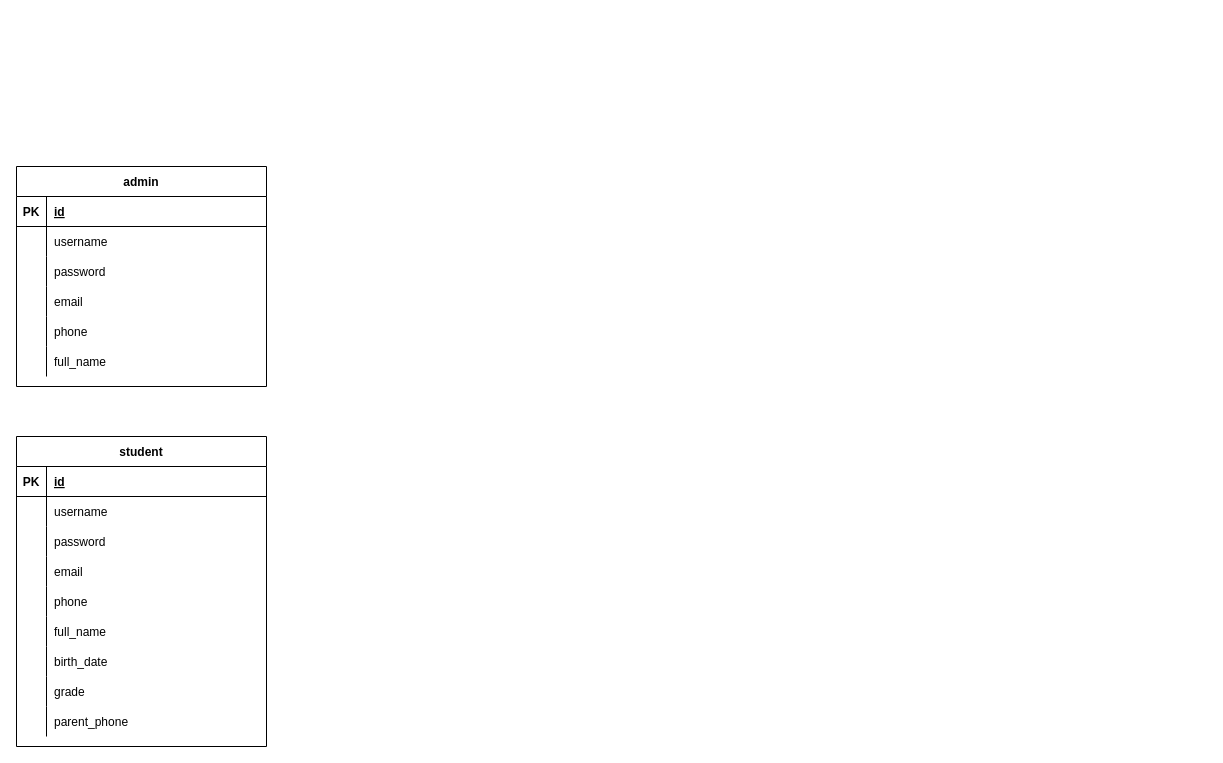
This is Ncms Schema .drawio from andrew-atef/el-montag-0.0.2, a draw.io file, before an edit. Source tidied: cells renumbered, new cells numbered last; positions are measured from the earlier drawing's top-left corner, leaving out a move shared by most shapes. Both pictures are drawn from the tidied source at 100%, with x=0, y=0 at pixel (16, 166).
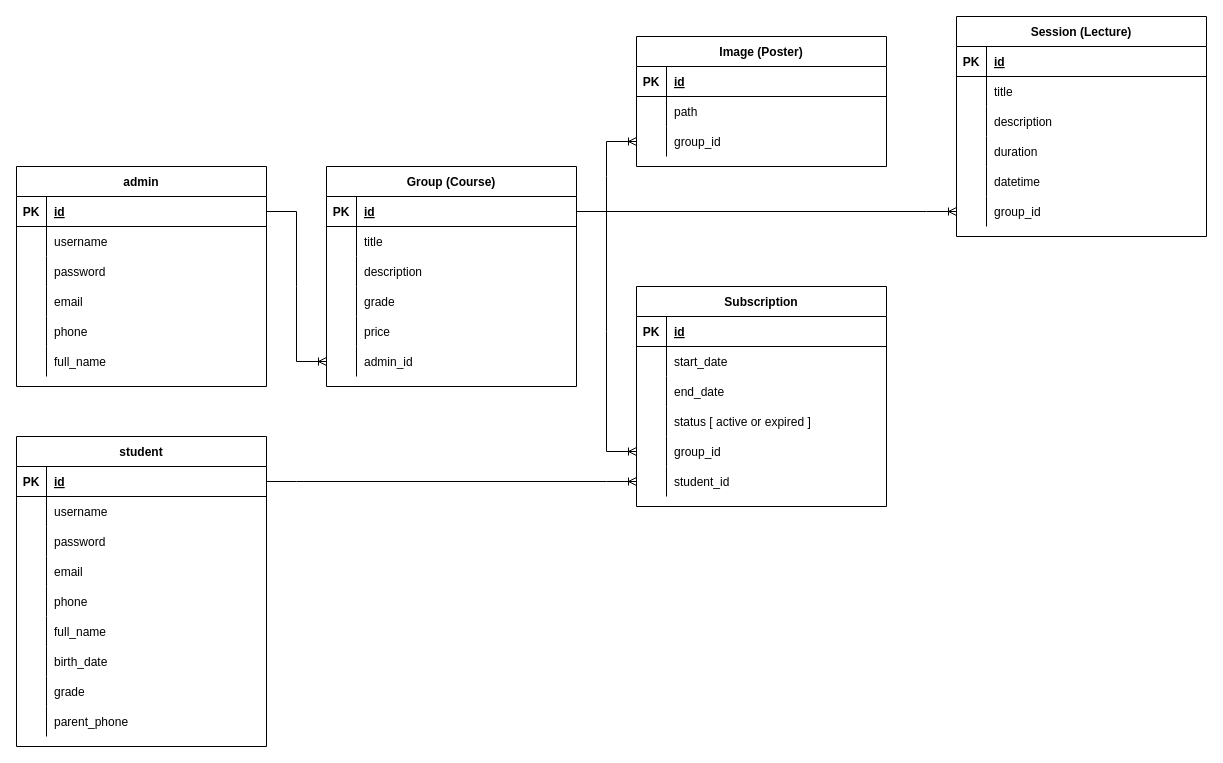
Above is the later version.

Unchanged cells that the change refers to:
```xml
<mxCell id="3" style="shape=partialRectangle;fillColor=none;points=[[0,0.5],[1,0.5]];portConstraint=eastwest;top=0;left=0;right=0;bottom=1;" parent="2" vertex="1">
  <mxGeometry y="30" width="250" height="30" as="geometry" />
</mxCell>
<mxCell id="31" style="shape=partialRectangle;fillColor=none;points=[[0,0.5],[1,0.5]];portConstraint=eastwest;top=0;left=0;right=0;bottom=1;" parent="30" vertex="1">
  <mxGeometry y="30" width="250" height="30" as="geometry" />
</mxCell>
```

What changed in the source:
```diff
@@
+    <mxCell id="49" value="Group (Course)" style="shape=table;startSize=30;childLayout=tableLayout;rowLines=0;fontStyle=1;align=center;" parent="1" vertex="1">
+      <mxGeometry x="310" width="250" height="220" as="geometry" />
+    </mxCell>
+    <mxCell id="50" style="shape=partialRectangle;fillColor=none;points=[[0,0.5],[1,0.5]];portConstraint=eastwest;top=0;left=0;right=0;bottom=1;" parent="49" vertex="1">
+      <mxGeometry y="30" width="250" height="30" as="geometry" />
+    </mxCell>
+    <mxCell id="51" value="PK" style="shape=partialRectangle;overflow=hidden;fillColor=none;top=0;left=0;bottom=0;right=0;fontStyle=1;" parent="50" vertex="1">
+      <mxGeometry width="30" height="30" as="geometry" />
+    </mxCell>
+    <mxCell id="52" value="id" style="shape=partialRectangle;overflow=hidden;fillColor=none;top=0;left=0;bottom=0;right=0;align=left;spacingLeft=6;fontStyle=5;" parent="50" vertex="1">
+      <mxGeometry x="30" width="220" height="30" as="geometry" />
+    </mxCell>
+    <mxCell id="53" style="shape=partialRectangle;fillColor=none;top=0;left=0;right=0;bottom=0;" parent="49" vertex="1">
+      <mxGeometry y="60" width="250" height="30" as="geometry" />
+    </mxCell>
+    <mxCell id="54" style="shape=partialRectangle;overflow=hidden;fillColor=none;top=0;left=0;bottom=0;right=0;" parent="53" vertex="1">
+      <mxGeometry width="30" height="30" as="geometry" />
+    </mxCell>
+    <mxCell id="55" value="title" style="shape=partialRectangle;overflow=hidden;fillColor=none;top=0;left=0;bottom=0;right=0;align=left;spacingLeft=6;" parent="53" vertex="1">
+      <mxGeometry x="30" width="220" height="30" as="geometry" />
+    </mxCell>
+    <mxCell id="56" style="shape=partialRectangle;fillColor=none;top=0;left=0;right=0;bottom=0;" parent="49" vertex="1">
+      <mxGeometry y="90" width="250" height="30" as="geometry" />
+    </mxCell>
+    <mxCell id="57" style="shape=partialRectangle;overflow=hidden;fillColor=none;top=0;left=0;bottom=0;right=0;" parent="56" vertex="1">
+      <mxGeometry width="30" height="30" as="geometry" />
+    </mxCell>
+    <mxCell id="58" value="description" style="shape=partialRectangle;overflow=hidden;fillColor=none;top=0;left=0;bottom=0;right=0;align=left;spacingLeft=6;" parent="56" vertex="1">
+      <mxGeometry x="30" width="220" height="30" as="geometry" />
+    </mxCell>
+    <mxCell id="59" style="shape=partialRectangle;fillColor=none;top=0;left=0;right=0;bottom=0;" parent="49" vertex="1">
+      <mxGeometry y="120" width="250" height="30" as="geometry" />
+    </mxCell>
+    <mxCell id="60" style="shape=partialRectangle;overflow=hidden;fillColor=none;top=0;left=0;bottom=0;right=0;" parent="59" vertex="1">
+      <mxGeometry width="30" height="30" as="geometry" />
+    </mxCell>
+    <mxCell id="61" value="grade" style="shape=partialRectangle;overflow=hidden;fillColor=none;top=0;left=0;bottom=0;right=0;align=left;spacingLeft=6;" parent="59" vertex="1">
+      <mxGeometry x="30" width="220" height="30" as="geometry" />
+    </mxCell>
+    <mxCell id="62" style="shape=partialRectangle;fillColor=none;top=0;left=0;right=0;bottom=0;" parent="49" vertex="1">
+      <mxGeometry y="150" width="250" height="30" as="geometry" />
+    </mxCell>
+    <mxCell id="63" style="shape=partialRectangle;overflow=hidden;fillColor=none;top=0;left=0;bottom=0;right=0;" parent="62" vertex="1">
+      <mxGeometry width="30" height="30" as="geometry" />
+    </mxCell>
+    <mxCell id="64" value="price" style="shape=partialRectangle;overflow=hidden;fillColor=none;top=0;left=0;bottom=0;right=0;align=left;spacingLeft=6;" parent="62" vertex="1">
+      <mxGeometry x="30" width="220" height="30" as="geometry" />
+    </mxCell>
+    <mxCell id="65" style="shape=partialRectangle;fillColor=none;points=[[0,0.5],[1,0.5]];portConstraint=eastwest;top=0;left=0;right=0;bottom=0;" parent="49" vertex="1">
+      <mxGeometry y="180" width="250" height="30" as="geometry" />
+    </mxCell>
+    <mxCell id="66" style="shape=partialRectangle;overflow=hidden;fillColor=none;top=0;left=0;bottom=0;right=0;" parent="65" vertex="1">
+      <mxGeometry width="30" height="30" as="geometry" />
+    </mxCell>
+    <mxCell id="67" value="admin_id" style="shape=partialRectangle;overflow=hidden;fillColor=none;top=0;left=0;bottom=0;right=0;align=left;spacingLeft=6;" parent="65" vertex="1">
+      <mxGeometry x="30" width="220" height="30" as="geometry" />
+    </mxCell>
+    <mxCell id="68" style="edgeStyle=entityRelationEdgeStyle;fontSize=12;html=1;endArrow=ERoneToMany;rounded=0;exitX=1;exitY=0.5;exitDx=0;exitDy=0;entryX=0;entryY=0.5;entryDx=0;entryDy=0;" parent="1" edge="1" source="31" target="65">
+      <mxGeometry relative="1" as="geometry" />
+    </mxCell>
+    <mxCell id="69" value="Image (Poster)" style="shape=table;startSize=30;childLayout=tableLayout;rowLines=0;fontStyle=1;align=center;" parent="1" vertex="1">
+      <mxGeometry x="620" y="-130" width="250" height="130" as="geometry" />
+    </mxCell>
+    <mxCell id="70" style="shape=partialRectangle;fillColor=none;top=0;left=0;right=0;bottom=1;" parent="69" vertex="1">
+      <mxGeometry y="30" width="250" height="30" as="geometry" />
+    </mxCell>
+    <mxCell id="71" value="PK" style="shape=partialRectangle;overflow=hidden;fillColor=none;top=0;left=0;bottom=0;right=0;fontStyle=1;" parent="70" vertex="1">
+      <mxGeometry width="30" height="30" as="geometry" />
+    </mxCell>
+    <mxCell id="72" value="id" style="shape=partialRectangle;overflow=hidden;fillColor=none;top=0;left=0;bottom=0;right=0;align=left;spacingLeft=6;fontStyle=5;" parent="70" vertex="1">
+      <mxGeometry x="30" width="220" height="30" as="geometry" />
+    </mxCell>
+    <mxCell id="73" style="shape=partialRectangle;fillColor=none;top=0;left=0;right=0;bottom=0;" parent="69" vertex="1">
+      <mxGeometry y="60" width="250" height="30" as="geometry" />
+    </mxCell>
+    <mxCell id="74" style="shape=partialRectangle;overflow=hidden;fillColor=none;top=0;left=0;bottom=0;right=0;" parent="73" vertex="1">
+      <mxGeometry width="30" height="30" as="geometry" />
+    </mxCell>
+    <mxCell id="75" value="path" style="shape=partialRectangle;overflow=hidden;fillColor=none;top=0;left=0;bottom=0;right=0;align=left;spacingLeft=6;" parent="73" vertex="1">
+      <mxGeometry x="30" width="220" height="30" as="geometry" />
+    </mxCell>
+    <mxCell id="76" style="shape=partialRectangle;fillColor=none;points=[[0,0.5],[1,0.5]];portConstraint=eastwest;top=0;left=0;right=0;bottom=0;" parent="69" vertex="1">
+      <mxGeometry y="90" width="250" height="30" as="geometry" />
+    </mxCell>
+    <mxCell id="77" style="shape=partialRectangle;overflow=hidden;fillColor=none;top=0;left=0;bottom=0;right=0;" parent="76" vertex="1">
+      <mxGeometry width="30" height="30" as="geometry" />
+    </mxCell>
+    <mxCell id="78" value="group_id" style="shape=partialRectangle;overflow=hidden;fillColor=none;top=0;left=0;bottom=0;right=0;align=left;spacingLeft=6;" parent="76" vertex="1">
+      <mxGeometry x="30" width="220" height="30" as="geometry" />
+    </mxCell>
+    <mxCell id="79" style="edgeStyle=entityRelationEdgeStyle;fontSize=12;html=1;endArrow=ERoneToMany;rounded=0;exitX=1;exitY=0.5;exitDx=0;exitDy=0;entryX=0;entryY=0.5;entryDx=0;entryDy=0;" parent="1" edge="1" source="50" target="76">
+      <mxGeometry relative="1" as="geometry" />
+    </mxCell>
+    <mxCell id="80" value="Session (Lecture)" style="shape=table;startSize=30;childLayout=tableLayout;rowLines=0;fontStyle=1;align=center;" parent="1" vertex="1">
+      <mxGeometry x="940" y="-150" width="250" height="220" as="geometry" />
+    </mxCell>
+    <mxCell id="81" style="shape=partialRectangle;fillColor=none;top=0;left=0;right=0;bottom=1;" parent="80" vertex="1">
+      <mxGeometry y="30" width="250" height="30" as="geometry" />
+    </mxCell>
+    <mxCell id="82" value="PK" style="shape=partialRectangle;overflow=hidden;fillColor=none;top=0;left=0;bottom=0;right=0;fontStyle=1;" parent="81" vertex="1">
+      <mxGeometry width="30" height="30" as="geometry" />
+    </mxCell>
+    <mxCell id="83" value="id" style="shape=partialRectangle;overflow=hidden;fillColor=none;top=0;left=0;bottom=0;right=0;align=left;spacingLeft=6;fontStyle=5;" parent="81" vertex="1">
+      <mxGeometry x="30" width="220" height="30" as="geometry" />
+    </mxCell>
+    <mxCell id="84" style="shape=partialRectangle;fillColor=none;top=0;left=0;right=0;bottom=0;" parent="80" vertex="1">
+      <mxGeometry y="60" width="250" height="30" as="geometry" />
+    </mxCell>
+    <mxCell id="85" style="shape=partialRectangle;overflow=hidden;fillColor=none;top=0;left=0;bottom=0;right=0;" parent="84" vertex="1">
+      <mxGeometry width="30" height="30" as="geometry" />
+    </mxCell>
+    <mxCell id="86" value="title" style="shape=partialRectangle;overflow=hidden;fillColor=none;top=0;left=0;bottom=0;right=0;align=left;spacingLeft=6;" parent="84" vertex="1">
+      <mxGeometry x="30" width="220" height="30" as="geometry" />
+    </mxCell>
+    <mxCell id="87" style="shape=partialRectangle;fillColor=none;top=0;left=0;right=0;bottom=0;" parent="80" vertex="1">
+      <mxGeometry y="90" width="250" height="30" as="geometry" />
+    </mxCell>
+    <mxCell id="88" style="shape=partialRectangle;overflow=hidden;fillColor=none;top=0;left=0;bottom=0;right=0;" parent="87" vertex="1">
+      <mxGeometry width="30" height="30" as="geometry" />
+    </mxCell>
+    <mxCell id="89" value="description" style="shape=partialRectangle;overflow=hidden;fillColor=none;top=0;left=0;bottom=0;right=0;align=left;spacingLeft=6;" parent="87" vertex="1">
+      <mxGeometry x="30" width="220" height="30" as="geometry" />
+    </mxCell>
+    <mxCell id="90" style="shape=partialRectangle;fillColor=none;top=0;left=0;right=0;bottom=0;" parent="80" vertex="1">
+      <mxGeometry y="120" width="250" height="30" as="geometry" />
+    </mxCell>
+    <mxCell id="91" style="shape=partialRectangle;overflow=hidden;fillColor=none;top=0;left=0;bottom=0;right=0;" parent="90" vertex="1">
+      <mxGeometry width="30" height="30" as="geometry" />
+    </mxCell>
+    <mxCell id="92" value="duration" style="shape=partialRectangle;overflow=hidden;fillColor=none;top=0;left=0;bottom=0;right=0;align=left;spacingLeft=6;" parent="90" vertex="1">
+      <mxGeometry x="30" width="220" height="30" as="geometry" />
+    </mxCell>
+    <mxCell id="93" style="shape=partialRectangle;fillColor=none;top=0;left=0;right=0;bottom=0;" parent="80" vertex="1">
+      <mxGeometry y="150" width="250" height="30" as="geometry" />
+    </mxCell>
+    <mxCell id="94" style="shape=partialRectangle;overflow=hidden;fillColor=none;top=0;left=0;bottom=0;right=0;" parent="93" vertex="1">
+      <mxGeometry width="30" height="30" as="geometry" />
+    </mxCell>
+    <mxCell id="95" value="datetime" style="shape=partialRectangle;overflow=hidden;fillColor=none;top=0;left=0;bottom=0;right=0;align=left;spacingLeft=6;" parent="93" vertex="1">
+      <mxGeometry x="30" width="220" height="30" as="geometry" />
+    </mxCell>
+    <mxCell id="96" style="shape=partialRectangle;fillColor=none;points=[[0,0.5],[1,0.5]];portConstraint=eastwest;top=0;left=0;right=0;bottom=0;" parent="80" vertex="1">
+      <mxGeometry y="180" width="250" height="30" as="geometry" />
+    </mxCell>
+    <mxCell id="97" style="shape=partialRectangle;overflow=hidden;fillColor=none;top=0;left=0;bottom=0;right=0;" parent="96" vertex="1">
+      <mxGeometry width="30" height="30" as="geometry" />
+    </mxCell>
+    <mxCell id="98" value="group_id" style="shape=partialRectangle;overflow=hidden;fillColor=none;top=0;left=0;bottom=0;right=0;align=left;spacingLeft=6;" parent="96" vertex="1">
+      <mxGeometry x="30" width="220" height="30" as="geometry" />
+    </mxCell>
+    <mxCell id="99" style="edgeStyle=entityRelationEdgeStyle;fontSize=12;html=1;endArrow=ERoneToMany;rounded=0;exitX=1;exitY=0.5;exitDx=0;exitDy=0;entryX=0;entryY=0.5;entryDx=0;entryDy=0;" parent="1" edge="1" source="50" target="96">
+      <mxGeometry relative="1" as="geometry" />
+    </mxCell>
+    <mxCell id="100" value="Subscription" style="shape=table;startSize=30;childLayout=tableLayout;rowLines=0;fontStyle=1;align=center;" parent="1" vertex="1">
+      <mxGeometry x="620" y="120" width="250" height="220" as="geometry" />
+    </mxCell>
+    <mxCell id="101" style="shape=partialRectangle;fillColor=none;top=0;left=0;right=0;bottom=1;" parent="100" vertex="1">
+      <mxGeometry y="30" width="250" height="30" as="geometry" />
+    </mxCell>
+    <mxCell id="102" value="PK" style="shape=partialRectangle;overflow=hidden;fillColor=none;top=0;left=0;bottom=0;right=0;fontStyle=1;" parent="101" vertex="1">
+      <mxGeometry width="30" height="30" as="geometry" />
+    </mxCell>
+    <mxCell id="103" value="id" style="shape=partialRectangle;overflow=hidden;fillColor=none;top=0;left=0;bottom=0;right=0;align=left;spacingLeft=6;fontStyle=5;" parent="101" vertex="1">
+      <mxGeometry x="30" width="220" height="30" as="geometry" />
+    </mxCell>
+    <mxCell id="104" style="shape=partialRectangle;fillColor=none;top=0;left=0;right=0;bottom=0;" parent="100" vertex="1">
+      <mxGeometry y="60" width="250" height="30" as="geometry" />
+    </mxCell>
+    <mxCell id="105" style="shape=partialRectangle;overflow=hidden;fillColor=none;top=0;left=0;bottom=0;right=0;" parent="104" vertex="1">
+      <mxGeometry width="30" height="30" as="geometry" />
+    </mxCell>
+    <mxCell id="106" value="start_date" style="shape=partialRectangle;overflow=hidden;fillColor=none;top=0;left=0;bottom=0;right=0;align=left;spacingLeft=6;" parent="104" vertex="1">
+      <mxGeometry x="30" width="220" height="30" as="geometry" />
+    </mxCell>
+    <mxCell id="107" style="shape=partialRectangle;fillColor=none;top=0;left=0;right=0;bottom=0;" parent="100" vertex="1">
+      <mxGeometry y="90" width="250" height="30" as="geometry" />
+    </mxCell>
+    <mxCell id="108" style="shape=partialRectangle;overflow=hidden;fillColor=none;top=0;left=0;bottom=0;right=0;" parent="107" vertex="1">
+      <mxGeometry width="30" height="30" as="geometry" />
+    </mxCell>
+    <mxCell id="109" value="end_date" style="shape=partialRectangle;overflow=hidden;fillColor=none;top=0;left=0;bottom=0;right=0;align=left;spacingLeft=6;" parent="107" vertex="1">
+      <mxGeometry x="30" width="220" height="30" as="geometry" />
+    </mxCell>
+    <mxCell id="110" style="shape=partialRectangle;fillColor=none;top=0;left=0;right=0;bottom=0;" parent="100" vertex="1">
+      <mxGeometry y="120" width="250" height="30" as="geometry" />
+    </mxCell>
+    <mxCell id="111" style="shape=partialRectangle;overflow=hidden;fillColor=none;top=0;left=0;bottom=0;right=0;" parent="110" vertex="1">
+      <mxGeometry width="30" height="30" as="geometry" />
+    </mxCell>
+    <mxCell id="112" value="status [ active or expired ]" style="shape=partialRectangle;overflow=hidden;fillColor=none;top=0;left=0;bottom=0;right=0;align=left;spacingLeft=6;" parent="110" vertex="1">
+      <mxGeometry x="30" width="220" height="30" as="geometry" />
+    </mxCell>
+    <mxCell id="113" style="shape=partialRectangle;fillColor=none;points=[[0,0.5],[1,0.5]];portConstraint=eastwest;top=0;left=0;right=0;bottom=0;" parent="100" vertex="1">
+      <mxGeometry y="150" width="250" height="30" as="geometry" />
+    </mxCell>
+    <mxCell id="114" style="shape=partialRectangle;overflow=hidden;fillColor=none;top=0;left=0;bottom=0;right=0;" parent="113" vertex="1">
+      <mxGeometry width="30" height="30" as="geometry" />
+    </mxCell>
+    <mxCell id="115" value="group_id" style="shape=partialRectangle;overflow=hidden;fillColor=none;top=0;left=0;bottom=0;right=0;align=left;spacingLeft=6;" parent="113" vertex="1">
+      <mxGeometry x="30" width="220" height="30" as="geometry" />
+    </mxCell>
+    <mxCell id="116" style="shape=partialRectangle;fillColor=none;points=[[0,0.5],[1,0.5]];portConstraint=eastwest;top=0;left=0;right=0;bottom=0;" parent="100" vertex="1">
+      <mxGeometry y="180" width="250" height="30" as="geometry" />
+    </mxCell>
+    <mxCell id="117" style="shape=partialRectangle;overflow=hidden;fillColor=none;top=0;left=0;bottom=0;right=0;" parent="116" vertex="1">
+      <mxGeometry width="30" height="30" as="geometry" />
+    </mxCell>
+    <mxCell id="118" value="student_id" style="shape=partialRectangle;overflow=hidden;fillColor=none;top=0;left=0;bottom=0;right=0;align=left;spacingLeft=6;" parent="116" vertex="1">
+      <mxGeometry x="30" width="220" height="30" as="geometry" />
+    </mxCell>
+    <mxCell id="119" style="edgeStyle=entityRelationEdgeStyle;fontSize=12;html=1;endArrow=ERoneToMany;rounded=0;exitX=1;exitY=0.5;exitDx=0;exitDy=0;entryX=0;entryY=0.5;entryDx=0;entryDy=0;" parent="1" edge="1" source="3" target="116">
+      <mxGeometry relative="1" as="geometry" />
+    </mxCell>
+    <mxCell id="120" style="edgeStyle=entityRelationEdgeStyle;fontSize=12;html=1;endArrow=ERoneToMany;rounded=0;exitX=1;exitY=0.5;exitDx=0;exitDy=0;entryX=0;entryY=0.5;entryDx=0;entryDy=0;" parent="1" edge="1" source="50" target="113">
+      <mxGeometry relative="1" as="geometry" />
+    </mxCell>
```
